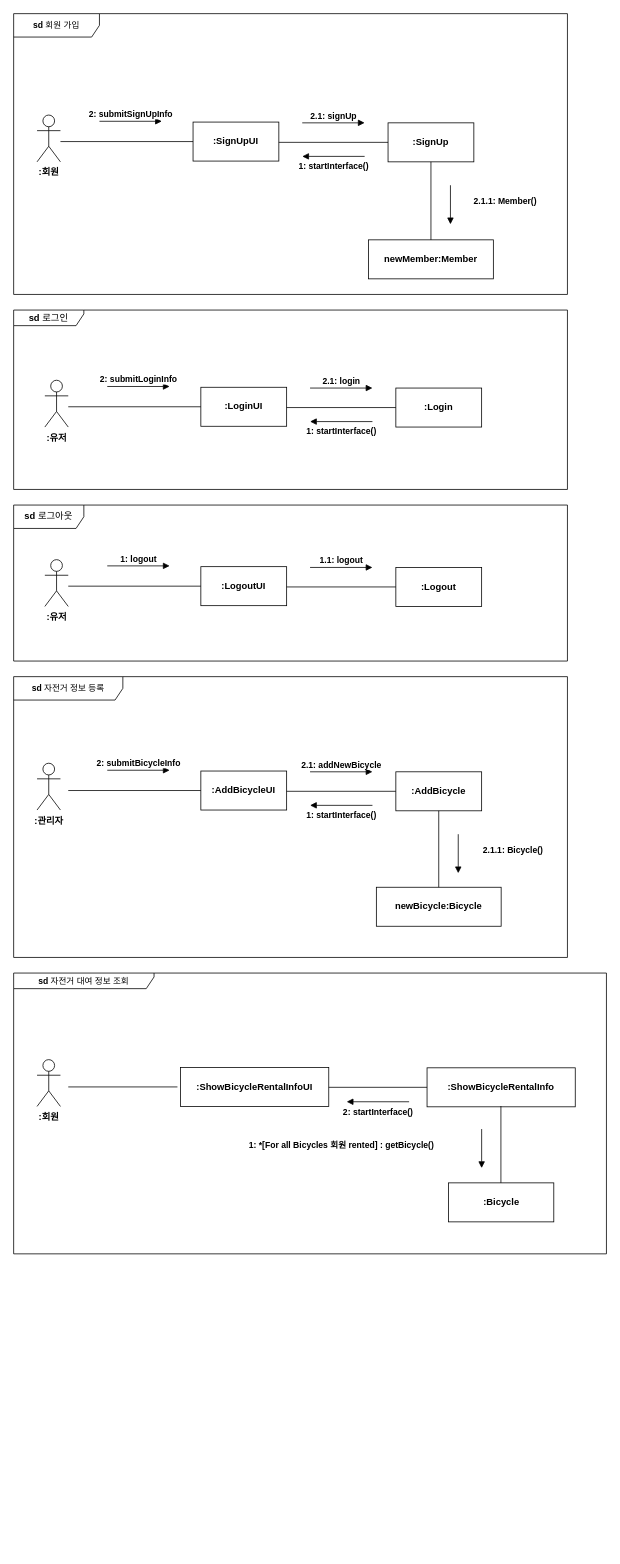
Before: HW2-1/communication diagram.drawio in hoyun06/2025-hongik-se-hw-2, a draw.io diagram. Source tidied: cells renumbered, new cells numbered last; positions are measured from the earlier drawing's top-left corner, leaving out a move shared by most shapes. Both pictures are drawn from the tidied source at 78%, with x=0, y=0 at pixel (13, 13).
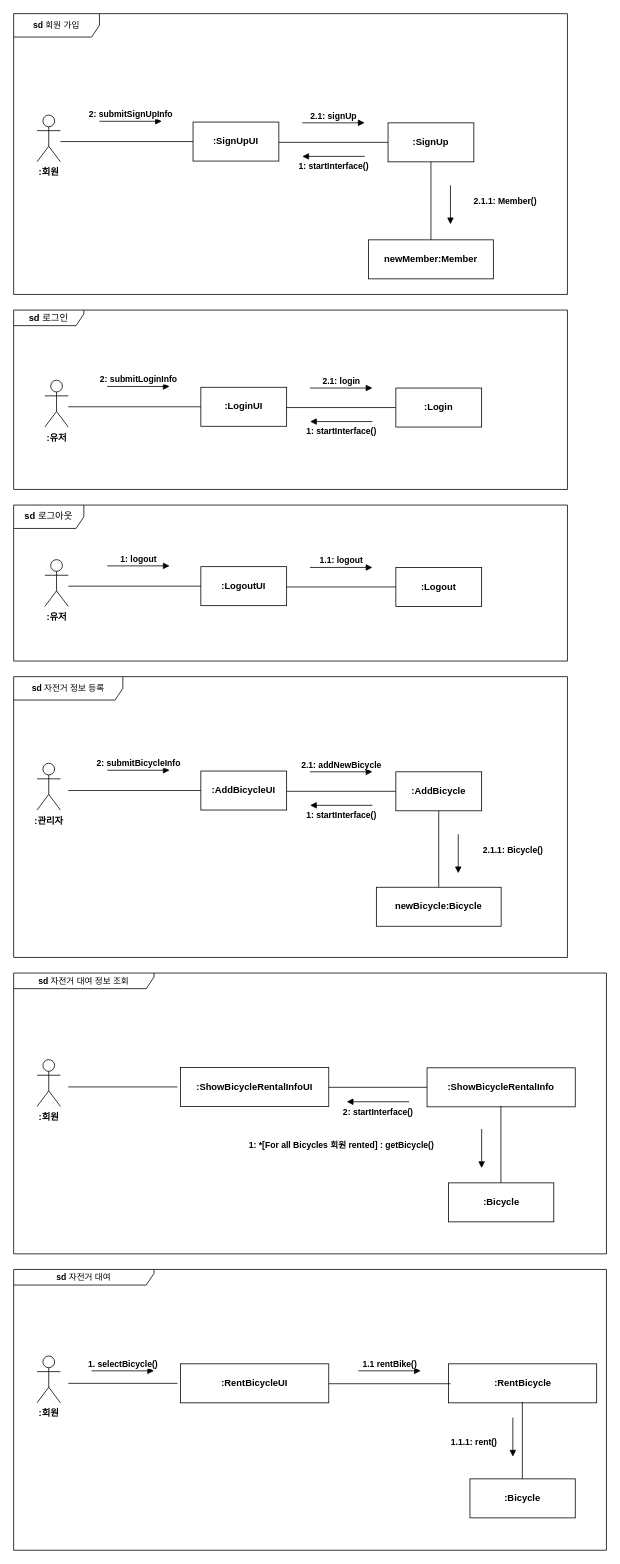
The same diagram, later.

Commit message:
[HW2-1] communication diagram에 '자전거 대여' 추가

What changed in the source:
```diff
@@
+    <mxCell id="53" value="&lt;font style=&quot;font-size: 11px;&quot;&gt;&lt;b&gt;sd &lt;/b&gt;&lt;font style=&quot;&quot;&gt;자전거 대여&lt;/font&gt;&lt;/font&gt;" style="shape=umlFrame;whiteSpace=wrap;html=1;width=180;height=20;" parent="1" vertex="1">
+      <mxGeometry y="1610" width="760" height="360" as="geometry" />
+    </mxCell>
+    <mxCell id="54" value="&lt;b&gt;:RentBicycle&lt;/b&gt;" style="html=1;whiteSpace=wrap;" parent="1" vertex="1">
+      <mxGeometry x="557.5" y="1731" width="190" height="50" as="geometry" />
+    </mxCell>
+    <mxCell id="55" value="&lt;b&gt;:RentBicycleUI&lt;/b&gt;" style="html=1;whiteSpace=wrap;" parent="1" vertex="1">
+      <mxGeometry x="214" y="1731" width="190" height="50" as="geometry" />
+    </mxCell>
+    <mxCell id="56" style="line;strokeWidth=1;fillColor=none;align=left;verticalAlign=middle;spacingTop=-1;spacingLeft=3;spacingRight=3;labelPosition=right;strokeColor=inherit;" parent="1" vertex="1">
+      <mxGeometry x="70" y="1752" width="140" height="8" as="geometry" />
+    </mxCell>
+    <mxCell id="57" style="line;strokeWidth=1;fillColor=none;align=left;verticalAlign=middle;spacingTop=-1;spacingLeft=3;spacingRight=3;labelPosition=right;strokeColor=inherit;" parent="1" vertex="1">
+      <mxGeometry x="404" y="1752.5" width="156" height="8" as="geometry" />
+    </mxCell>
+    <mxCell id="58" style="endArrow=none;html=1;rounded=0;exitX=0.5;exitY=0;exitDx=0;exitDy=0;" parent="1" edge="1">
+      <mxGeometry relative="1" as="geometry">
+        <mxPoint x="652.2" y="1880" as="sourcePoint" />
+        <mxPoint x="652.2" y="1780" as="targetPoint" />
+      </mxGeometry>
+    </mxCell>
+    <mxCell id="59" value="&lt;b&gt;:회원&lt;/b&gt;" style="shape=umlActor;verticalLabelPosition=bottom;verticalAlign=top;html=1;" parent="1" vertex="1">
+      <mxGeometry x="30" y="1721" width="30" height="60" as="geometry" />
+    </mxCell>
+    <mxCell id="60" value="&lt;b&gt;:Bicycle&lt;/b&gt;" style="html=1;whiteSpace=wrap;" parent="1" vertex="1">
+      <mxGeometry x="585" y="1878.5" width="135" height="50" as="geometry" />
+    </mxCell>
+    <mxCell id="61" value="&lt;b&gt;1. selectBicycle()&lt;/b&gt;" style="html=1;verticalAlign=bottom;endArrow=block;curved=0;rounded=0;" parent="1" edge="1">
+      <mxGeometry relative="1" as="geometry">
+        <mxPoint x="100" y="1740" as="sourcePoint" />
+        <mxPoint x="180" y="1740" as="targetPoint" />
+      </mxGeometry>
+    </mxCell>
+    <mxCell id="62" value="&lt;b&gt;1.1 rentBike()&lt;/b&gt;" style="html=1;verticalAlign=bottom;endArrow=block;curved=0;rounded=0;" parent="1" edge="1">
+      <mxGeometry relative="1" as="geometry">
+        <mxPoint x="442" y="1740" as="sourcePoint" />
+        <mxPoint x="522" y="1740" as="targetPoint" />
+      </mxGeometry>
+    </mxCell>
+    <mxCell id="63" value="&lt;b&gt;1.1.1: rent()&lt;/b&gt;" style="html=1;verticalAlign=bottom;endArrow=block;curved=0;rounded=0;" parent="1" edge="1">
+      <mxGeometry x="0.6" y="-50" relative="1" as="geometry">
+        <mxPoint x="640" y="1800" as="sourcePoint" />
+        <mxPoint x="640" y="1850" as="targetPoint" />
+      </mxGeometry>
+    </mxCell>
```
